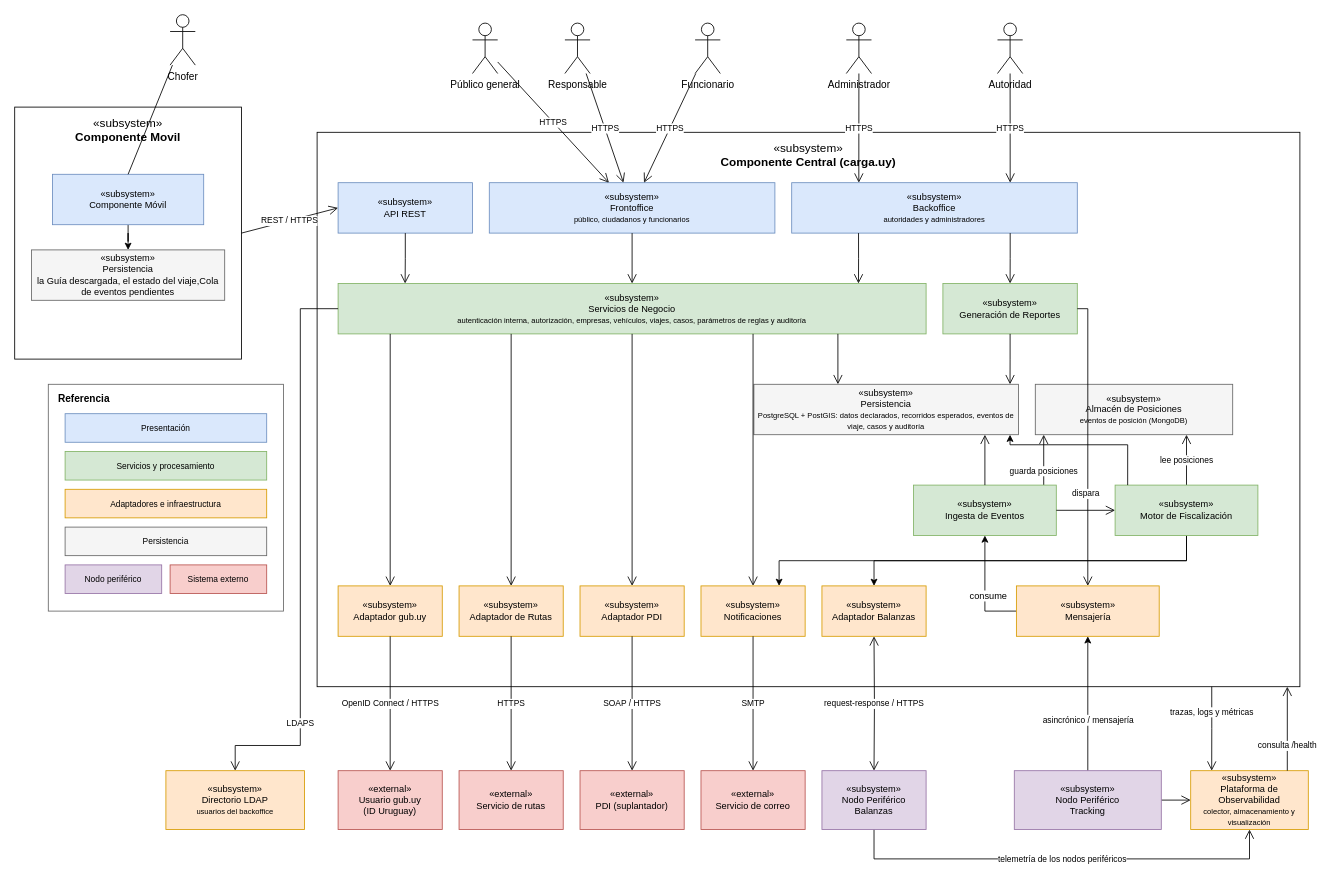
LucasLazogue/TSE-carga-uy keeps this draw.io diagram as docs/informe/fuentes-drawio/carga-uy-vista-logica-v3.drawio. Above is the earlier version. Source tidied: cells renumbered, new cells numbered last; positions are measured from the earlier drawing's top-left corner, leaving out a move shared by most shapes. Both pictures are drawn from the tidied source at 84%, with x=0, y=0 at pixel (14, 14).
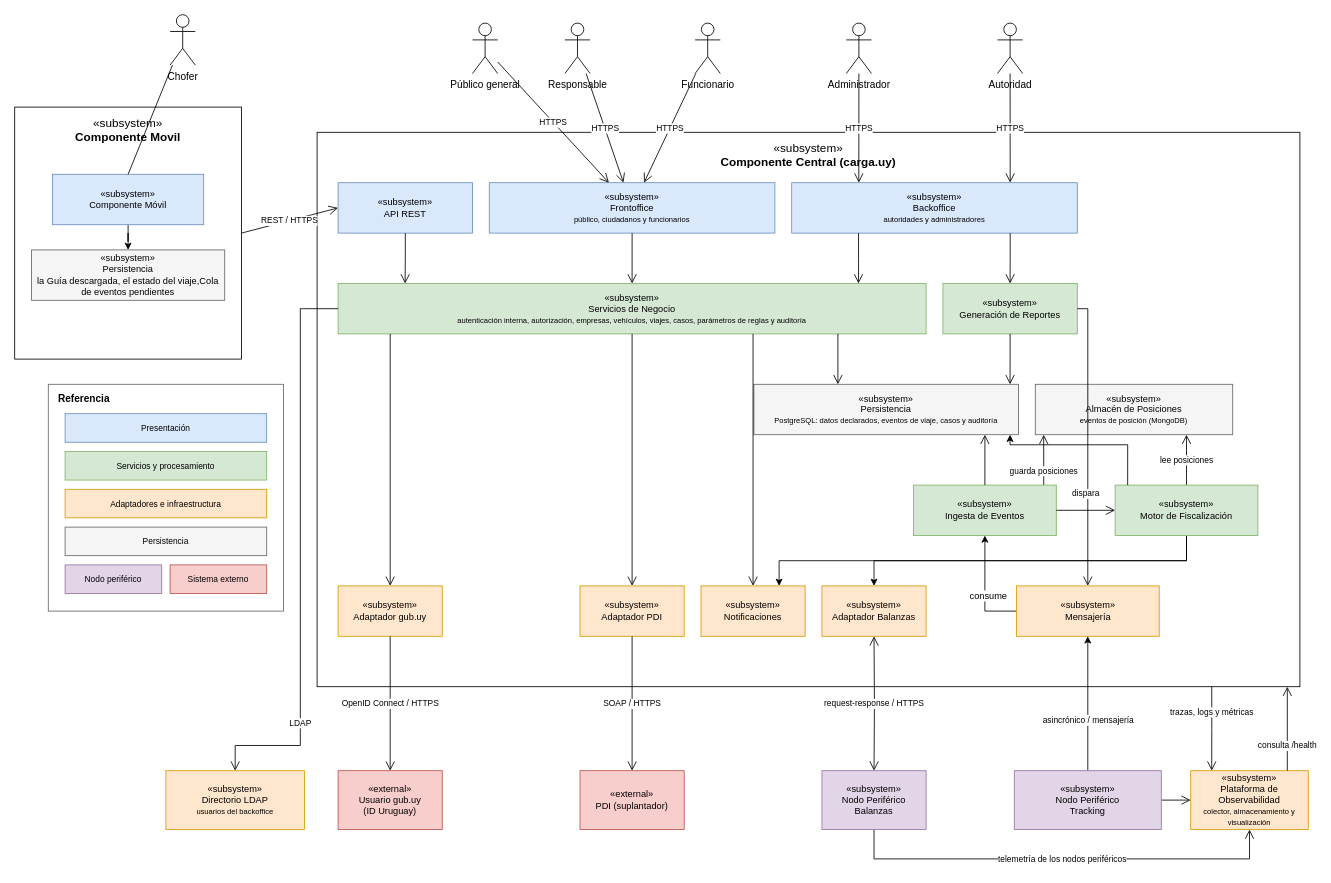
After the change.

The change refers to these unchanged cells:
```xml
<mxCell id="8" value="&amp;laquo;subsystem&amp;raquo;&lt;br&gt;Servicios de Negocio&lt;br&gt;&lt;font style=&quot;font-size:9px&quot;&gt;autenticación interna, autorización, empresas, vehículos, viajes, casos, parámetros de reglas y auditoría&lt;/font&gt;" style="rounded=0;whiteSpace=wrap;html=1;fillColor=#d5e8d4;strokeColor=#82b366;fontSize=11;" parent="1" vertex="1">
  <mxGeometry x="385" y="320" width="700" height="60" as="geometry" />
</mxCell>
<mxCell id="20" value="&amp;laquo;subsystem&amp;raquo;&lt;br&gt;Directorio LDAP&lt;br&gt;&lt;font style=&quot;font-size:9px&quot;&gt;usuarios del backoffice&lt;/font&gt;" style="rounded=0;whiteSpace=wrap;html=1;fillColor=#ffe6cc;strokeColor=#d79b00;fontSize=11;" parent="1" vertex="1">
  <mxGeometry x="180" y="900" width="165" height="70" as="geometry" />
</mxCell>
<mxCell id="34" value="&amp;laquo;subsystem&amp;raquo;&lt;br&gt;Notificaciones" style="rounded=0;whiteSpace=wrap;html=1;fillColor=#ffe6cc;strokeColor=#d79b00;fontSize=11;" parent="1" vertex="1">
  <mxGeometry x="817" y="680" width="124" height="60" as="geometry" />
</mxCell>
```

The edit, as a diff of the source:
```diff
@@
-    <mxCell id="10" value="&amp;laquo;subsystem&amp;raquo;&lt;br&gt;Persistencia&lt;br&gt;&lt;font style=&quot;font-size:9px&quot;&gt;PostgreSQL + PostGIS: datos declarados, recorridos esperados, eventos de viaje, casos y auditoría&lt;/font&gt;" style="rounded=0;whiteSpace=wrap;html=1;fillColor=#f5f5f5;strokeColor=#666666;fontSize=11;" parent="1" vertex="1">
+    <mxCell id="10" value="&amp;laquo;subsystem&amp;raquo;&lt;br&gt;Persistencia&lt;br&gt;&lt;font style=&quot;font-size:9px&quot;&gt;PostgreSQL: datos declarados, eventos de viaje, casos y auditoría&lt;/font&gt;" style="rounded=0;whiteSpace=wrap;html=1;fillColor=#f5f5f5;strokeColor=#666666;fontSize=11;" parent="1" vertex="1">
       <mxGeometry x="880" y="440" width="315" height="60" as="geometry" />
     </mxCell>
@@
-    <mxCell id="13" value="&amp;laquo;subsystem&amp;raquo;&lt;br&gt;Adaptador de Rutas" style="rounded=0;whiteSpace=wrap;html=1;fillColor=#ffe6cc;strokeColor=#d79b00;fontSize=11;" parent="1" vertex="1">
-      <mxGeometry x="529" y="680" width="124" height="60" as="geometry" />
-    </mxCell>
-    <mxCell id="14" value="&amp;laquo;external&amp;raquo;&lt;br&gt;Servicio de rutas" style="rounded=0;whiteSpace=wrap;html=1;fillColor=#f8cecc;strokeColor=#b85450;fontSize=11;" parent="1" vertex="1">
-      <mxGeometry x="529" y="900" width="124" height="70" as="geometry" />
-    </mxCell>
-    <mxCell id="15" style="endArrow=open;endSize=9;html=1;rounded=0;edgeStyle=orthogonalEdgeStyle;exitX=0.2943;exitY=1;exitDx=0;exitDy=0;entryX=0.5;entryY=0;entryDx=0;entryDy=0;" parent="1" edge="1" source="8" target="13">
-      <mxGeometry relative="1" as="geometry" />
-    </mxCell>
-    <mxCell id="16" value="HTTPS" style="endArrow=open;endSize=9;html=1;rounded=0;fontSize=10;labelBackgroundColor=#FFFFFF;exitX=0.5;exitY=1;exitDx=0;exitDy=0;entryX=0.5;entryY=0;entryDx=0;entryDy=0;" parent="1" edge="1" source="13" target="14">
-      <mxGeometry relative="1" as="geometry" />
-    </mxCell>
@@
-    <mxCell id="21" value="LDAPS" style="endArrow=open;endSize=9;html=1;rounded=0;fontSize=10;labelBackgroundColor=#FFFFFF;edgeStyle=orthogonalEdgeStyle;exitX=0;exitY=0.5;exitDx=0;exitDy=0;entryX=0.5;entryY=0;entryDx=0;entryDy=0;" parent="1" edge="1" source="8" target="20">
+    <mxCell id="21" value="LDAP" style="endArrow=open;endSize=9;html=1;rounded=0;fontSize=10;labelBackgroundColor=#FFFFFF;edgeStyle=orthogonalEdgeStyle;exitX=0;exitY=0.5;exitDx=0;exitDy=0;entryX=0.5;entryY=0;entryDx=0;entryDy=0;" parent="1" edge="1" source="8" target="20">
       <mxGeometry x="0.6" relative="1" as="geometry">
         <Array as="points">
           <mxPoint x="340" y="350" />
           <mxPoint x="340" y="870" />
           <mxPoint x="262.5" y="870" />
         </Array>
       </mxGeometry>
     </mxCell>
@@
-    <mxCell id="46" value="&amp;laquo;external&amp;raquo;&lt;br&gt;Servicio de correo" style="rounded=0;whiteSpace=wrap;html=1;fillColor=#f8cecc;strokeColor=#b85450;fontSize=11;" parent="1" vertex="1">
-      <mxGeometry x="817" y="900" width="124" height="70" as="geometry" />
-    </mxCell>
@@
-    <mxCell id="72" value="SMTP" style="endArrow=open;endSize=9;html=1;rounded=0;fontSize=10;labelBackgroundColor=#FFFFFF;edgeStyle=orthogonalEdgeStyle;exitX=0.5;exitY=1;exitDx=0;exitDy=0;entryX=0.5;entryY=0;entryDx=0;entryDy=0;" parent="1" edge="1" source="34" target="46">
-      <mxGeometry relative="1" as="geometry" />
-    </mxCell>
```
